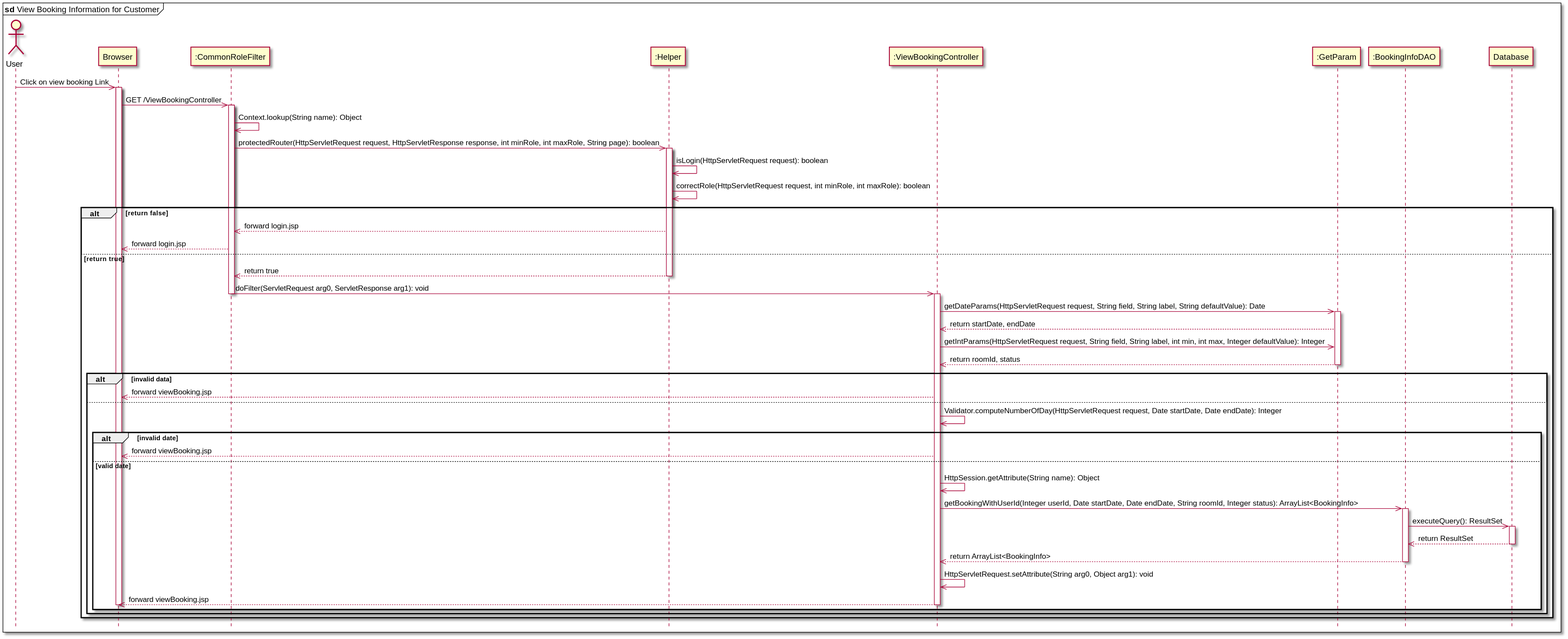
The PlantUML diagram data/sequence/viewBookingForCustomer.svg in tantruong2303/booking-hotel, before a commit.
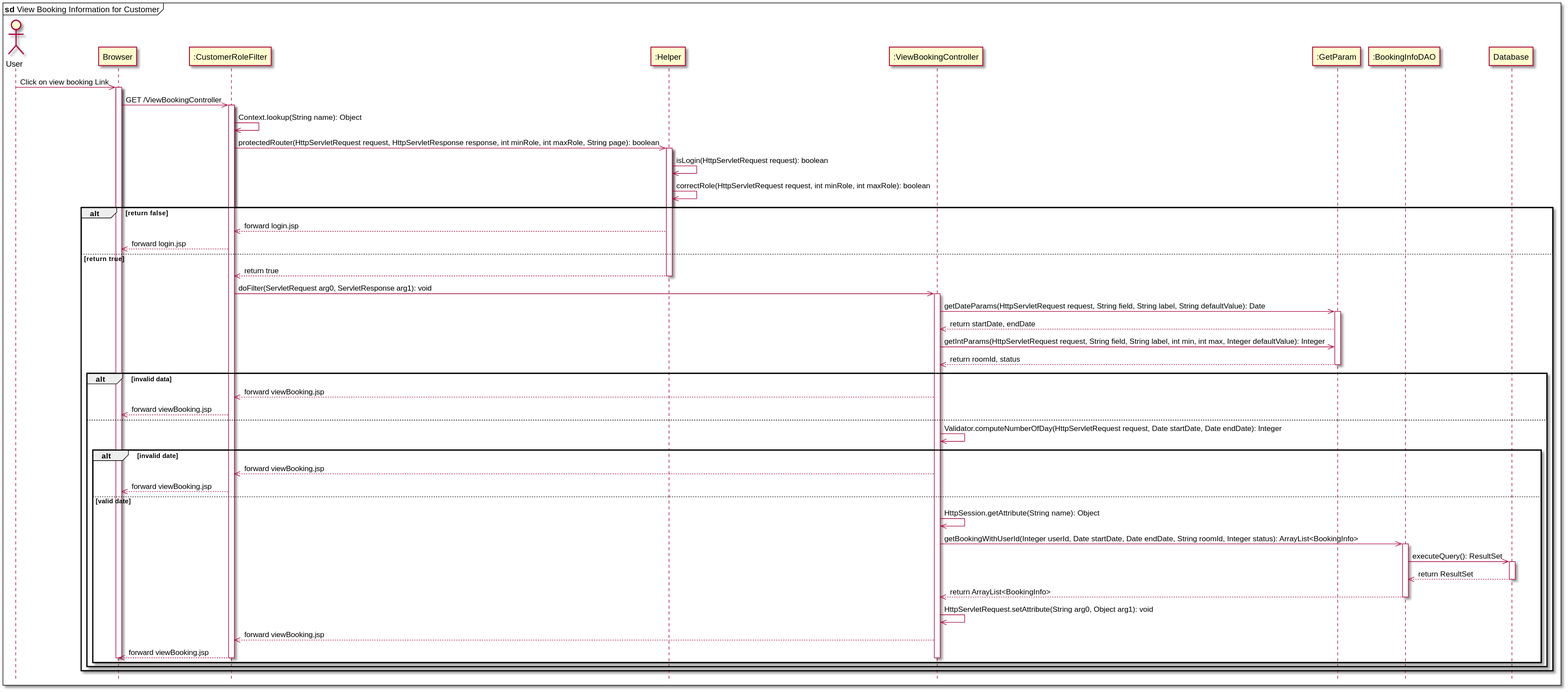
The same file after the commit.

The edit, as a diff of the source:
```diff
@@ -4,7 +4,7 @@
 mainframe <b>sd</b> View Booking Information for Customer
 actor User
 participant "Browser" as Browser
-participant ":CommonRoleFilter" as CommonRoleFilter
+participant ":CustomerRoleFilter" as CustomerRoleFilter
 participant ":Helper" as Helper
 participant ":ViewBookingController" as ViewBookingController
 participant ":GetParam" as GetParam
@@ -13,21 +13,20 @@
 
 User ->> Browser: Click on view booking Link
 activate Browser
-Browser ->> CommonRoleFilter: GET /ViewBookingController
-activate CommonRoleFilter
-CommonRoleFilter ->> CommonRoleFilter: Context.lookup(String name): Object
-CommonRoleFilter ->> Helper: protectedRouter(HttpServletRequest request, HttpServletResponse response, int minRole, int maxRole, String page): boolean
+Browser ->> CustomerRoleFilter: GET /ViewBookingController
+activate CustomerRoleFilter
+CustomerRoleFilter ->> CustomerRoleFilter: Context.lookup(String name): Object
+CustomerRoleFilter ->> Helper: protectedRouter(HttpServletRequest request, HttpServletResponse response, int minRole, int maxRole, String page): boolean
 activate Helper
 Helper ->> Helper: isLogin(HttpServletRequest request): boolean
 Helper ->> Helper: correctRole(HttpServletRequest request, int minRole, int maxRole): boolean
 alt return false
-    Helper -->> CommonRoleFilter: forward login.jsp
-    CommonRoleFilter -->> Browser: forward login.jsp
+    Helper -->> CustomerRoleFilter: forward login.jsp
+    CustomerRoleFilter -->> Browser: forward login.jsp
 else return true
-    Helper -->> CommonRoleFilter: return true
+    Helper -->> CustomerRoleFilter: return true
     deactivate Helper
-    CommonRoleFilter ->> ViewBookingController: doFilter(ServletRequest arg0, ServletResponse arg1): void
-    deactivate CommonRoleFilter
+    CustomerRoleFilter ->> ViewBookingController: doFilter(ServletRequest arg0, ServletResponse arg1): void
     activate ViewBookingController
     ViewBookingController ->> GetParam: getDateParams(HttpServletRequest request, String field, String label, String defaultValue): Date
     activate GetParam
@@ -36,11 +35,13 @@
     GetParam -->> ViewBookingController:return roomId, status
     deactivate GetParam
     alt invalid data
-        ViewBookingController -->> Browser: forward viewBooking.jsp
+        ViewBookingController -->> CustomerRoleFilter: forward viewBooking.jsp
+        CustomerRoleFilter -->> Browser: forward viewBooking.jsp
     else
         ViewBookingController ->> ViewBookingController: Validator.computeNumberOfDay(HttpServletRequest request, Date startDate, Date endDate): Integer
         alt invalid date
-            ViewBookingController -->> Browser: forward viewBooking.jsp
+            ViewBookingController -->> CustomerRoleFilter: forward viewBooking.jsp
+            CustomerRoleFilter -->> Browser: forward viewBooking.jsp
         else valid date
             ViewBookingController ->> ViewBookingController:   HttpSession.getAttribute(String name): Object
             ViewBookingController ->>  BookingInfoDAO: getBookingWithUserId(Integer userId, Date startDate, Date endDate, String roomId, Integer status): ArrayList<BookingInfo>
@@ -52,7 +53,9 @@
             BookingInfoDAO -->> ViewBookingController: return ArrayList<BookingInfo>
             deactivate BookingInfoDAO
             ViewBookingController ->> ViewBookingController: HttpServletRequest.setAttribute(String arg0, Object arg1): void
-            ViewBookingController -->> Browser: forward viewBooking.jsp
+            ViewBookingController -->> CustomerRoleFilter: forward viewBooking.jsp
+            CustomerRoleFilter -->> Browser: forward viewBooking.jsp
+            deactivate CustomerRoleFilter
             deactivate ViewBookingController
             deactivate Browser
         end
```
